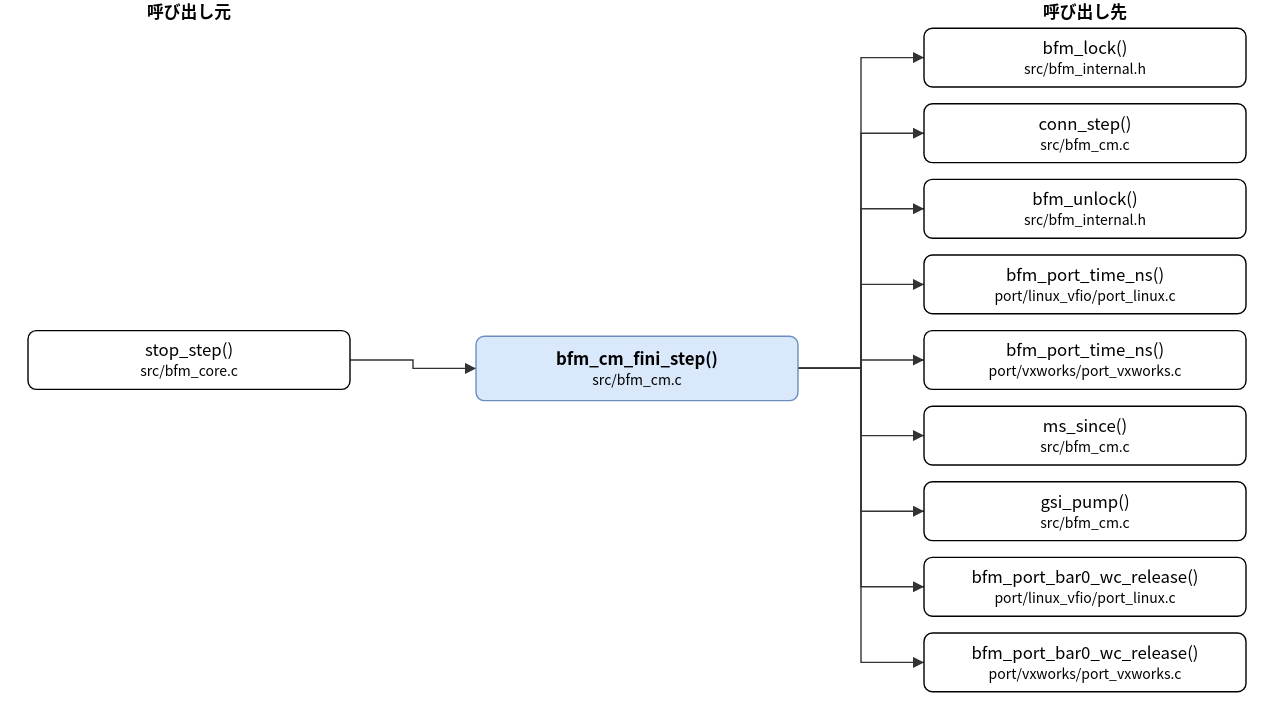
The draw.io diagram doc/spec/images/call_src_bfm_cm-bfm_cm_fini_step.drawio.svg in hf355051012-ai/bfmem, before a commit. Source tidied: cells renumbered, new cells last; positions are measured from the earlier drawing's top-left corner, leaving out a move shared by most shapes. Its diagram source:
```xml
<mxGraphModel>
  <root>
    <mxCell id="0" />
    <mxCell id="1" parent="0" />
    <mxCell id="2" value="bfm_cm_fini_step()&lt;br&gt;&lt;font style=&quot;font-size:10px&quot;&gt;src/bfm_cm.c&lt;/font&gt;" style="rounded=1;whiteSpace=wrap;html=1;fillColor=#dae8fc;strokeColor=#6c8ebf;fontStyle=1;" parent="1" vertex="1">
      <mxGeometry x="320" y="240" width="230" height="46" as="geometry" />
    </mxCell>
    <mxCell id="3" value="stop_step()&lt;br&gt;&lt;font style=&quot;font-size:10px&quot;&gt;src/bfm_core.c&lt;/font&gt;" style="rounded=1;whiteSpace=wrap;html=1;" parent="1" vertex="1">
      <mxGeometry y="236" width="230" height="42" as="geometry" />
    </mxCell>
    <mxCell id="4" value="bfm_lock()&lt;br&gt;&lt;font style=&quot;font-size:10px&quot;&gt;src/bfm_internal.h&lt;/font&gt;" style="rounded=1;whiteSpace=wrap;html=1;" parent="1" vertex="1">
      <mxGeometry x="640" y="20" width="230" height="42" as="geometry" />
    </mxCell>
    <mxCell id="5" value="conn_step()&lt;br&gt;&lt;font style=&quot;font-size:10px&quot;&gt;src/bfm_cm.c&lt;/font&gt;" style="rounded=1;whiteSpace=wrap;html=1;" parent="1" vertex="1">
      <mxGeometry x="640" y="74" width="230" height="42" as="geometry" />
    </mxCell>
    <mxCell id="6" value="bfm_unlock()&lt;br&gt;&lt;font style=&quot;font-size:10px&quot;&gt;src/bfm_internal.h&lt;/font&gt;" style="rounded=1;whiteSpace=wrap;html=1;" parent="1" vertex="1">
      <mxGeometry x="640" y="128" width="230" height="42" as="geometry" />
    </mxCell>
    <mxCell id="7" value="bfm_port_time_ns()&lt;br&gt;&lt;font style=&quot;font-size:10px&quot;&gt;port/linux_vfio/port_linux.c&lt;/font&gt;" style="rounded=1;whiteSpace=wrap;html=1;" parent="1" vertex="1">
      <mxGeometry x="640" y="182" width="230" height="42" as="geometry" />
    </mxCell>
    <mxCell id="8" value="bfm_port_time_ns()&lt;br&gt;&lt;font style=&quot;font-size:10px&quot;&gt;port/vxworks/port_vxworks.c&lt;/font&gt;" style="rounded=1;whiteSpace=wrap;html=1;" parent="1" vertex="1">
      <mxGeometry x="640" y="236" width="230" height="42" as="geometry" />
    </mxCell>
    <mxCell id="9" value="ms_since()&lt;br&gt;&lt;font style=&quot;font-size:10px&quot;&gt;src/bfm_cm.c&lt;/font&gt;" style="rounded=1;whiteSpace=wrap;html=1;" parent="1" vertex="1">
      <mxGeometry x="640" y="290" width="230" height="42" as="geometry" />
    </mxCell>
    <mxCell id="10" value="gsi_pump()&lt;br&gt;&lt;font style=&quot;font-size:10px&quot;&gt;src/bfm_cm.c&lt;/font&gt;" style="rounded=1;whiteSpace=wrap;html=1;" parent="1" vertex="1">
      <mxGeometry x="640" y="344" width="230" height="42" as="geometry" />
    </mxCell>
    <mxCell id="11" value="bfm_port_bar0_wc_release()&lt;br&gt;&lt;font style=&quot;font-size:10px&quot;&gt;port/linux_vfio/port_linux.c&lt;/font&gt;" style="rounded=1;whiteSpace=wrap;html=1;" parent="1" vertex="1">
      <mxGeometry x="640" y="398" width="230" height="42" as="geometry" />
    </mxCell>
    <mxCell id="12" value="bfm_port_bar0_wc_release()&lt;br&gt;&lt;font style=&quot;font-size:10px&quot;&gt;port/vxworks/port_vxworks.c&lt;/font&gt;" style="rounded=1;whiteSpace=wrap;html=1;" parent="1" vertex="1">
      <mxGeometry x="640" y="452" width="230" height="42" as="geometry" />
    </mxCell>
    <mxCell id="13" style="edgeStyle=none;html=1;rounded=0;endArrow=block;endFill=1;exitX=1.0000;exitY=0.5000;exitDx=0;exitDy=0;exitPerimeter=0;entryX=0.0000;entryY=0.5000;entryDx=0;entryDy=0;entryPerimeter=0;" parent="1" edge="1" source="3" target="2">
      <mxGeometry relative="1" as="geometry">
        <Array as="points">
          <mxPoint x="275" y="257" />
          <mxPoint x="275" y="263" />
        </Array>
      </mxGeometry>
    </mxCell>
    <mxCell id="14" style="edgeStyle=none;html=1;rounded=0;endArrow=block;endFill=1;exitX=1.0000;exitY=0.5000;exitDx=0;exitDy=0;exitPerimeter=0;entryX=0.0000;entryY=0.5000;entryDx=0;entryDy=0;entryPerimeter=0;" parent="1" edge="1" source="2" target="4">
      <mxGeometry relative="1" as="geometry">
        <Array as="points">
          <mxPoint x="595" y="263" />
          <mxPoint x="595" y="41" />
        </Array>
      </mxGeometry>
    </mxCell>
    <mxCell id="15" style="edgeStyle=none;html=1;rounded=0;endArrow=block;endFill=1;exitX=1.0000;exitY=0.5000;exitDx=0;exitDy=0;exitPerimeter=0;entryX=0.0000;entryY=0.5000;entryDx=0;entryDy=0;entryPerimeter=0;" parent="1" edge="1" source="2" target="5">
      <mxGeometry relative="1" as="geometry">
        <Array as="points">
          <mxPoint x="595" y="263" />
          <mxPoint x="595" y="95" />
        </Array>
      </mxGeometry>
    </mxCell>
    <mxCell id="16" style="edgeStyle=none;html=1;rounded=0;endArrow=block;endFill=1;exitX=1.0000;exitY=0.5000;exitDx=0;exitDy=0;exitPerimeter=0;entryX=0.0000;entryY=0.5000;entryDx=0;entryDy=0;entryPerimeter=0;" parent="1" edge="1" source="2" target="6">
      <mxGeometry relative="1" as="geometry">
        <Array as="points">
          <mxPoint x="595" y="263" />
          <mxPoint x="595" y="149" />
        </Array>
      </mxGeometry>
    </mxCell>
    <mxCell id="17" style="edgeStyle=none;html=1;rounded=0;endArrow=block;endFill=1;exitX=1.0000;exitY=0.5000;exitDx=0;exitDy=0;exitPerimeter=0;entryX=0.0000;entryY=0.5000;entryDx=0;entryDy=0;entryPerimeter=0;" parent="1" edge="1" source="2" target="7">
      <mxGeometry relative="1" as="geometry">
        <Array as="points">
          <mxPoint x="595" y="263" />
          <mxPoint x="595" y="203" />
        </Array>
      </mxGeometry>
    </mxCell>
    <mxCell id="18" style="edgeStyle=none;html=1;rounded=0;endArrow=block;endFill=1;exitX=1.0000;exitY=0.5000;exitDx=0;exitDy=0;exitPerimeter=0;entryX=0.0000;entryY=0.5000;entryDx=0;entryDy=0;entryPerimeter=0;" parent="1" edge="1" source="2" target="8">
      <mxGeometry relative="1" as="geometry">
        <Array as="points">
          <mxPoint x="595" y="263" />
          <mxPoint x="595" y="257" />
        </Array>
      </mxGeometry>
    </mxCell>
    <mxCell id="19" style="edgeStyle=none;html=1;rounded=0;endArrow=block;endFill=1;exitX=1.0000;exitY=0.5000;exitDx=0;exitDy=0;exitPerimeter=0;entryX=0.0000;entryY=0.5000;entryDx=0;entryDy=0;entryPerimeter=0;" parent="1" edge="1" source="2" target="9">
      <mxGeometry relative="1" as="geometry">
        <Array as="points">
          <mxPoint x="595" y="263" />
          <mxPoint x="595" y="311" />
        </Array>
      </mxGeometry>
    </mxCell>
    <mxCell id="20" style="edgeStyle=none;html=1;rounded=0;endArrow=block;endFill=1;exitX=1.0000;exitY=0.5000;exitDx=0;exitDy=0;exitPerimeter=0;entryX=0.0000;entryY=0.5000;entryDx=0;entryDy=0;entryPerimeter=0;" parent="1" edge="1" source="2" target="10">
      <mxGeometry relative="1" as="geometry">
        <Array as="points">
          <mxPoint x="595" y="263" />
          <mxPoint x="595" y="365" />
        </Array>
      </mxGeometry>
    </mxCell>
    <mxCell id="21" style="edgeStyle=none;html=1;rounded=0;endArrow=block;endFill=1;exitX=1.0000;exitY=0.5000;exitDx=0;exitDy=0;exitPerimeter=0;entryX=0.0000;entryY=0.5000;entryDx=0;entryDy=0;entryPerimeter=0;" parent="1" edge="1" source="2" target="11">
      <mxGeometry relative="1" as="geometry">
        <Array as="points">
          <mxPoint x="595" y="263" />
          <mxPoint x="595" y="419" />
        </Array>
      </mxGeometry>
    </mxCell>
    <mxCell id="22" style="edgeStyle=none;html=1;rounded=0;endArrow=block;endFill=1;exitX=1.0000;exitY=0.5000;exitDx=0;exitDy=0;exitPerimeter=0;entryX=0.0000;entryY=0.5000;entryDx=0;entryDy=0;entryPerimeter=0;" parent="1" edge="1" source="2" target="12">
      <mxGeometry relative="1" as="geometry">
        <Array as="points">
          <mxPoint x="595" y="263" />
          <mxPoint x="595" y="473" />
        </Array>
      </mxGeometry>
    </mxCell>
    <mxCell id="23" value="呼び出し元" style="text;html=1;align=center;fontStyle=1;" parent="1" vertex="1">
      <mxGeometry x="35" width="160" height="18" as="geometry" />
    </mxCell>
    <mxCell id="24" value="呼び出し先" style="text;html=1;align=center;fontStyle=1;" parent="1" vertex="1">
      <mxGeometry x="675" width="160" height="18" as="geometry" />
    </mxCell>
  </root>
</mxGraphModel>
```
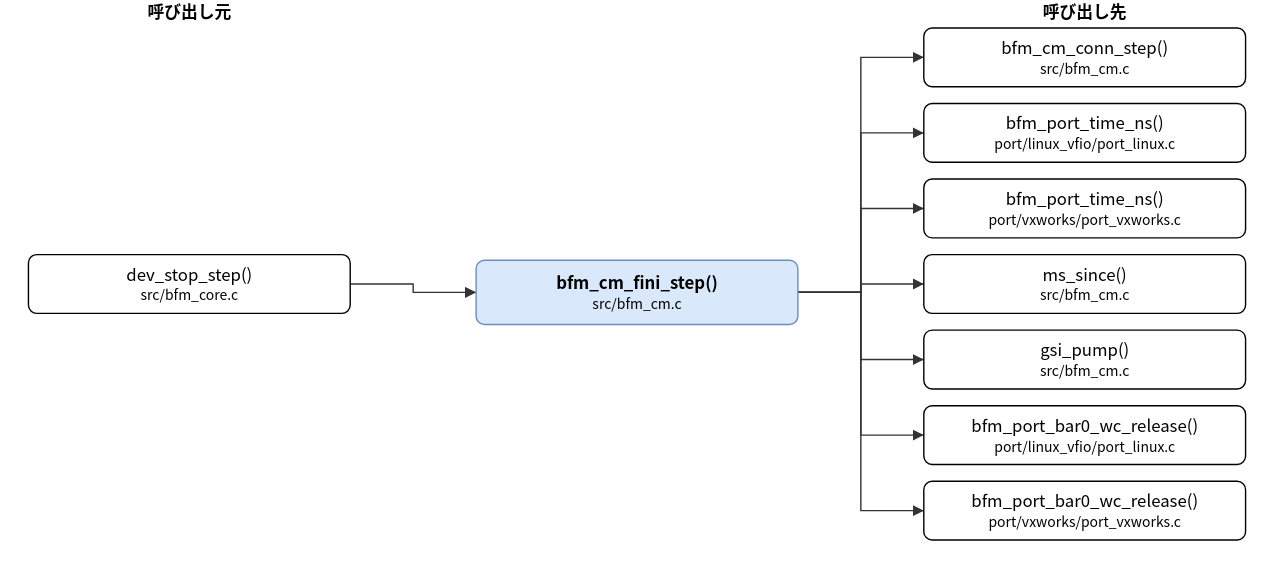
After the change.

What changed in the source:
```diff
@@ -3,50 +3,44 @@
     <mxCell id="0" />
     <mxCell id="1" parent="0" />
     <mxCell id="2" value="bfm_cm_fini_step()&lt;br&gt;&lt;font style=&quot;font-size:10px&quot;&gt;src/bfm_cm.c&lt;/font&gt;" style="rounded=1;whiteSpace=wrap;html=1;fillColor=#dae8fc;strokeColor=#6c8ebf;fontStyle=1;" parent="1" vertex="1">
-      <mxGeometry x="320" y="240" width="230" height="46" as="geometry" />
+      <mxGeometry x="320" y="186" width="230" height="46" as="geometry" />
     </mxCell>
-    <mxCell id="3" value="stop_step()&lt;br&gt;&lt;font style=&quot;font-size:10px&quot;&gt;src/bfm_core.c&lt;/font&gt;" style="rounded=1;whiteSpace=wrap;html=1;" parent="1" vertex="1">
-      <mxGeometry y="236" width="230" height="42" as="geometry" />
+    <mxCell id="3" value="dev_stop_step()&lt;br&gt;&lt;font style=&quot;font-size:10px&quot;&gt;src/bfm_core.c&lt;/font&gt;" style="rounded=1;whiteSpace=wrap;html=1;" parent="1" vertex="1">
+      <mxGeometry y="182" width="230" height="42" as="geometry" />
     </mxCell>
-    <mxCell id="4" value="bfm_lock()&lt;br&gt;&lt;font style=&quot;font-size:10px&quot;&gt;src/bfm_internal.h&lt;/font&gt;" style="rounded=1;whiteSpace=wrap;html=1;" parent="1" vertex="1">
+    <mxCell id="4" value="bfm_cm_conn_step()&lt;br&gt;&lt;font style=&quot;font-size:10px&quot;&gt;src/bfm_cm.c&lt;/font&gt;" style="rounded=1;whiteSpace=wrap;html=1;" parent="1" vertex="1">
       <mxGeometry x="640" y="20" width="230" height="42" as="geometry" />
     </mxCell>
-    <mxCell id="5" value="conn_step()&lt;br&gt;&lt;font style=&quot;font-size:10px&quot;&gt;src/bfm_cm.c&lt;/font&gt;" style="rounded=1;whiteSpace=wrap;html=1;" parent="1" vertex="1">
+    <mxCell id="5" value="bfm_port_time_ns()&lt;br&gt;&lt;font style=&quot;font-size:10px&quot;&gt;port/linux_vfio/port_linux.c&lt;/font&gt;" style="rounded=1;whiteSpace=wrap;html=1;" parent="1" vertex="1">
       <mxGeometry x="640" y="74" width="230" height="42" as="geometry" />
     </mxCell>
-    <mxCell id="6" value="bfm_unlock()&lt;br&gt;&lt;font style=&quot;font-size:10px&quot;&gt;src/bfm_internal.h&lt;/font&gt;" style="rounded=1;whiteSpace=wrap;html=1;" parent="1" vertex="1">
+    <mxCell id="6" value="bfm_port_time_ns()&lt;br&gt;&lt;font style=&quot;font-size:10px&quot;&gt;port/vxworks/port_vxworks.c&lt;/font&gt;" style="rounded=1;whiteSpace=wrap;html=1;" parent="1" vertex="1">
       <mxGeometry x="640" y="128" width="230" height="42" as="geometry" />
     </mxCell>
-    <mxCell id="7" value="bfm_port_time_ns()&lt;br&gt;&lt;font style=&quot;font-size:10px&quot;&gt;port/linux_vfio/port_linux.c&lt;/font&gt;" style="rounded=1;whiteSpace=wrap;html=1;" parent="1" vertex="1">
+    <mxCell id="7" value="ms_since()&lt;br&gt;&lt;font style=&quot;font-size:10px&quot;&gt;src/bfm_cm.c&lt;/font&gt;" style="rounded=1;whiteSpace=wrap;html=1;" parent="1" vertex="1">
       <mxGeometry x="640" y="182" width="230" height="42" as="geometry" />
     </mxCell>
-    <mxCell id="8" value="bfm_port_time_ns()&lt;br&gt;&lt;font style=&quot;font-size:10px&quot;&gt;port/vxworks/port_vxworks.c&lt;/font&gt;" style="rounded=1;whiteSpace=wrap;html=1;" parent="1" vertex="1">
+    <mxCell id="8" value="gsi_pump()&lt;br&gt;&lt;font style=&quot;font-size:10px&quot;&gt;src/bfm_cm.c&lt;/font&gt;" style="rounded=1;whiteSpace=wrap;html=1;" parent="1" vertex="1">
       <mxGeometry x="640" y="236" width="230" height="42" as="geometry" />
     </mxCell>
-    <mxCell id="9" value="ms_since()&lt;br&gt;&lt;font style=&quot;font-size:10px&quot;&gt;src/bfm_cm.c&lt;/font&gt;" style="rounded=1;whiteSpace=wrap;html=1;" parent="1" vertex="1">
+    <mxCell id="9" value="bfm_port_bar0_wc_release()&lt;br&gt;&lt;font style=&quot;font-size:10px&quot;&gt;port/linux_vfio/port_linux.c&lt;/font&gt;" style="rounded=1;whiteSpace=wrap;html=1;" parent="1" vertex="1">
       <mxGeometry x="640" y="290" width="230" height="42" as="geometry" />
     </mxCell>
-    <mxCell id="10" value="gsi_pump()&lt;br&gt;&lt;font style=&quot;font-size:10px&quot;&gt;src/bfm_cm.c&lt;/font&gt;" style="rounded=1;whiteSpace=wrap;html=1;" parent="1" vertex="1">
+    <mxCell id="10" value="bfm_port_bar0_wc_release()&lt;br&gt;&lt;font style=&quot;font-size:10px&quot;&gt;port/vxworks/port_vxworks.c&lt;/font&gt;" style="rounded=1;whiteSpace=wrap;html=1;" parent="1" vertex="1">
       <mxGeometry x="640" y="344" width="230" height="42" as="geometry" />
     </mxCell>
-    <mxCell id="11" value="bfm_port_bar0_wc_release()&lt;br&gt;&lt;font style=&quot;font-size:10px&quot;&gt;port/linux_vfio/port_linux.c&lt;/font&gt;" style="rounded=1;whiteSpace=wrap;html=1;" parent="1" vertex="1">
-      <mxGeometry x="640" y="398" width="230" height="42" as="geometry" />
-    </mxCell>
-    <mxCell id="12" value="bfm_port_bar0_wc_release()&lt;br&gt;&lt;font style=&quot;font-size:10px&quot;&gt;port/vxworks/port_vxworks.c&lt;/font&gt;" style="rounded=1;whiteSpace=wrap;html=1;" parent="1" vertex="1">
-      <mxGeometry x="640" y="452" width="230" height="42" as="geometry" />
-    </mxCell>
     <mxCell id="13" style="edgeStyle=none;html=1;rounded=0;endArrow=block;endFill=1;exitX=1.0000;exitY=0.5000;exitDx=0;exitDy=0;exitPerimeter=0;entryX=0.0000;entryY=0.5000;entryDx=0;entryDy=0;entryPerimeter=0;" parent="1" edge="1" source="3" target="2">
       <mxGeometry relative="1" as="geometry">
         <Array as="points">
-          <mxPoint x="275" y="257" />
-          <mxPoint x="275" y="263" />
+          <mxPoint x="275" y="203" />
+          <mxPoint x="275" y="209" />
         </Array>
       </mxGeometry>
     </mxCell>
     <mxCell id="14" style="edgeStyle=none;html=1;rounded=0;endArrow=block;endFill=1;exitX=1.0000;exitY=0.5000;exitDx=0;exitDy=0;exitPerimeter=0;entryX=0.0000;entryY=0.5000;entryDx=0;entryDy=0;entryPerimeter=0;" parent="1" edge="1" source="2" target="4">
       <mxGeometry relative="1" as="geometry">
         <Array as="points">
-          <mxPoint x="595" y="263" />
+          <mxPoint x="595" y="209" />
           <mxPoint x="595" y="41" />
         </Array>
       </mxGeometry>
@@ -54,7 +48,7 @@
     <mxCell id="15" style="edgeStyle=none;html=1;rounded=0;endArrow=block;endFill=1;exitX=1.0000;exitY=0.5000;exitDx=0;exitDy=0;exitPerimeter=0;entryX=0.0000;entryY=0.5000;entryDx=0;entryDy=0;entryPerimeter=0;" parent="1" edge="1" source="2" target="5">
       <mxGeometry relative="1" as="geometry">
         <Array as="points">
-          <mxPoint x="595" y="263" />
+          <mxPoint x="595" y="209" />
           <mxPoint x="595" y="95" />
         </Array>
       </mxGeometry>
@@ -62,7 +56,7 @@
     <mxCell id="16" style="edgeStyle=none;html=1;rounded=0;endArrow=block;endFill=1;exitX=1.0000;exitY=0.5000;exitDx=0;exitDy=0;exitPerimeter=0;entryX=0.0000;entryY=0.5000;entryDx=0;entryDy=0;entryPerimeter=0;" parent="1" edge="1" source="2" target="6">
       <mxGeometry relative="1" as="geometry">
         <Array as="points">
-          <mxPoint x="595" y="263" />
+          <mxPoint x="595" y="209" />
           <mxPoint x="595" y="149" />
         </Array>
       </mxGeometry>
@@ -70,7 +64,7 @@
     <mxCell id="17" style="edgeStyle=none;html=1;rounded=0;endArrow=block;endFill=1;exitX=1.0000;exitY=0.5000;exitDx=0;exitDy=0;exitPerimeter=0;entryX=0.0000;entryY=0.5000;entryDx=0;entryDy=0;entryPerimeter=0;" parent="1" edge="1" source="2" target="7">
       <mxGeometry relative="1" as="geometry">
         <Array as="points">
-          <mxPoint x="595" y="263" />
+          <mxPoint x="595" y="209" />
           <mxPoint x="595" y="203" />
         </Array>
       </mxGeometry>
@@ -78,7 +72,7 @@
     <mxCell id="18" style="edgeStyle=none;html=1;rounded=0;endArrow=block;endFill=1;exitX=1.0000;exitY=0.5000;exitDx=0;exitDy=0;exitPerimeter=0;entryX=0.0000;entryY=0.5000;entryDx=0;entryDy=0;entryPerimeter=0;" parent="1" edge="1" source="2" target="8">
       <mxGeometry relative="1" as="geometry">
         <Array as="points">
-          <mxPoint x="595" y="263" />
+          <mxPoint x="595" y="209" />
           <mxPoint x="595" y="257" />
         </Array>
       </mxGeometry>
@@ -86,7 +80,7 @@
     <mxCell id="19" style="edgeStyle=none;html=1;rounded=0;endArrow=block;endFill=1;exitX=1.0000;exitY=0.5000;exitDx=0;exitDy=0;exitPerimeter=0;entryX=0.0000;entryY=0.5000;entryDx=0;entryDy=0;entryPerimeter=0;" parent="1" edge="1" source="2" target="9">
       <mxGeometry relative="1" as="geometry">
         <Array as="points">
-          <mxPoint x="595" y="263" />
+          <mxPoint x="595" y="209" />
           <mxPoint x="595" y="311" />
         </Array>
       </mxGeometry>
@@ -94,27 +88,11 @@
     <mxCell id="20" style="edgeStyle=none;html=1;rounded=0;endArrow=block;endFill=1;exitX=1.0000;exitY=0.5000;exitDx=0;exitDy=0;exitPerimeter=0;entryX=0.0000;entryY=0.5000;entryDx=0;entryDy=0;entryPerimeter=0;" parent="1" edge="1" source="2" target="10">
       <mxGeometry relative="1" as="geometry">
         <Array as="points">
-          <mxPoint x="595" y="263" />
+          <mxPoint x="595" y="209" />
           <mxPoint x="595" y="365" />
         </Array>
       </mxGeometry>
     </mxCell>
-    <mxCell id="21" style="edgeStyle=none;html=1;rounded=0;endArrow=block;endFill=1;exitX=1.0000;exitY=0.5000;exitDx=0;exitDy=0;exitPerimeter=0;entryX=0.0000;entryY=0.5000;entryDx=0;entryDy=0;entryPerimeter=0;" parent="1" edge="1" source="2" target="11">
-      <mxGeometry relative="1" as="geometry">
-        <Array as="points">
-          <mxPoint x="595" y="263" />
-          <mxPoint x="595" y="419" />
-        </Array>
-      </mxGeometry>
-    </mxCell>
-    <mxCell id="22" style="edgeStyle=none;html=1;rounded=0;endArrow=block;endFill=1;exitX=1.0000;exitY=0.5000;exitDx=0;exitDy=0;exitPerimeter=0;entryX=0.0000;entryY=0.5000;entryDx=0;entryDy=0;entryPerimeter=0;" parent="1" edge="1" source="2" target="12">
-      <mxGeometry relative="1" as="geometry">
-        <Array as="points">
-          <mxPoint x="595" y="263" />
-          <mxPoint x="595" y="473" />
-        </Array>
-      </mxGeometry>
-    </mxCell>
     <mxCell id="23" value="呼び出し元" style="text;html=1;align=center;fontStyle=1;" parent="1" vertex="1">
       <mxGeometry x="35" width="160" height="18" as="geometry" />
     </mxCell>
```
